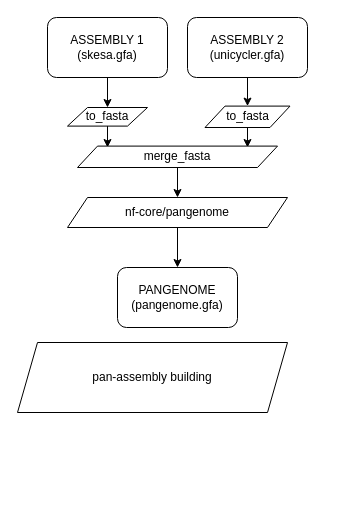
This is misc/Untitled Diagram.drawio from msgr0/pangebin, a draw.io file, before an edit. Source tidied: cells renumbered, new cells numbered last; positions are measured from the earlier drawing's top-left corner, leaving out a move shared by most shapes. Both pictures are drawn from the tidied source at 100%, with x=0, y=0 at pixel (17, 17).
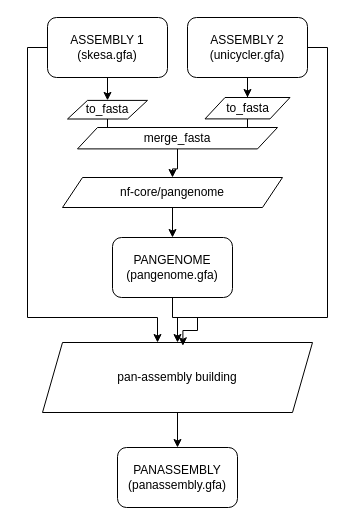
The same diagram, later.

The change refers to these unchanged cells:
```xml
<mxCell id="3" value="ASSEMBLY 1&lt;div&gt;(skesa.gfa)&lt;/div&gt;" style="rounded=1;whiteSpace=wrap;html=1;" parent="1" vertex="1">
  <mxGeometry x="30" width="120" height="60" as="geometry" />
</mxCell>
<mxCell id="5" value="ASSEMBLY 2&lt;div&gt;(unicycler.gfa)&lt;/div&gt;" style="rounded=1;whiteSpace=wrap;html=1;" parent="1" vertex="1">
  <mxGeometry x="170" width="120" height="60" as="geometry" />
</mxCell>
```

Diff of the diagram source:
```diff
@@
+    <mxCell id="16" style="edgeStyle=orthogonalEdgeStyle;rounded=0;jettySize=auto;html=1;entryX=0.426;entryY=0;entryDx=0;entryDy=0;entryPerimeter=0;" parent="1" edge="1" source="3" target="8">
+      <mxGeometry relative="1" as="geometry">
+        <Array as="points">
+          <mxPoint x="10" y="30" />
+          <mxPoint x="10" y="300" />
+          <mxPoint x="140" y="300" />
+        </Array>
+      </mxGeometry>
+    </mxCell>
@@
+    <mxCell id="17" style="edgeStyle=orthogonalEdgeStyle;rounded=0;jettySize=auto;html=1;" parent="1" edge="1" source="5" target="8">
+      <mxGeometry relative="1" as="geometry">
+        <Array as="points">
+          <mxPoint x="310" y="30" />
+          <mxPoint x="310" y="300" />
+          <mxPoint x="160" y="300" />
+        </Array>
+      </mxGeometry>
+    </mxCell>
@@
     <mxCell id="7" value="nf-core/pangenome" style="shape=parallelogram;perimeter=parallelogramPerimeter;whiteSpace=wrap;html=1;fixedSize=1;" parent="1" vertex="1">
-      <mxGeometry x="50" y="180" width="220" height="30" as="geometry" />
+      <mxGeometry x="45" y="160" width="220" height="30" as="geometry" />
     </mxCell>
+    <mxCell id="18" style="edgeStyle=orthogonalEdgeStyle;rounded=0;jettySize=auto;html=1;" parent="1" edge="1" source="8" target="20">
+      <mxGeometry relative="1" as="geometry" />
+    </mxCell>
     <mxCell id="8" value="pan-assembly building" style="shape=parallelogram;perimeter=parallelogramPerimeter;whiteSpace=wrap;html=1;fixedSize=1;" parent="1" vertex="1">
-      <mxGeometry y="325" width="270" height="70" as="geometry" />
+      <mxGeometry x="25" y="325" width="270" height="70" as="geometry" />
     </mxCell>
     <mxCell id="9" value="&lt;div&gt;PANGENOME&lt;/div&gt;&lt;div&gt;(pangenome.gfa)&lt;/div&gt;" style="rounded=1;whiteSpace=wrap;html=1;" parent="1" vertex="1">
-      <mxGeometry x="100" y="250" width="120" height="60" as="geometry" />
+      <mxGeometry x="95" y="220" width="120" height="60" as="geometry" />
     </mxCell>
@@
     <mxCell id="11" value="to_fasta" style="shape=parallelogram;perimeter=parallelogramPerimeter;whiteSpace=wrap;html=1;fixedSize=1;" parent="1" vertex="1">
-      <mxGeometry x="50" y="90" width="80" height="18.6" as="geometry" />
+      <mxGeometry x="50" y="82.9" width="80" height="18.6" as="geometry" />
     </mxCell>
@@
     <mxCell id="13" value="to_fasta" style="shape=parallelogram;perimeter=parallelogramPerimeter;whiteSpace=wrap;html=1;fixedSize=1;" parent="1" vertex="1">
-      <mxGeometry x="187.5" y="88.6" width="85" height="21.4" as="geometry" />
+      <mxGeometry x="187.5" y="80" width="85" height="21.4" as="geometry" />
     </mxCell>
@@
     <mxCell id="15" value="merge_fasta" style="shape=parallelogram;perimeter=parallelogramPerimeter;whiteSpace=wrap;html=1;fixedSize=1;" parent="1" vertex="1">
-      <mxGeometry x="60" y="128.6" width="200" height="21.4" as="geometry" />
+      <mxGeometry x="60" y="110" width="200" height="21.4" as="geometry" />
     </mxCell>
+    <mxCell id="19" style="edgeStyle=orthogonalEdgeStyle;rounded=0;jettySize=auto;html=1;entryX=0.52;entryY=0.047;entryDx=0;entryDy=0;entryPerimeter=0;" parent="1" edge="1" source="9" target="8">
+      <mxGeometry relative="1" as="geometry">
+        <Array as="points">
+          <mxPoint x="155" y="300" />
+          <mxPoint x="180" y="300" />
+          <mxPoint x="180" y="313" />
+        </Array>
+      </mxGeometry>
+    </mxCell>
+    <mxCell id="20" value="&lt;div&gt;PANASSEMBLY&lt;/div&gt;&lt;div&gt;(panassembly.gfa)&lt;br&gt;&lt;/div&gt;" style="rounded=1;whiteSpace=wrap;html=1;" parent="1" vertex="1">
+      <mxGeometry x="100" y="430" width="120" height="60" as="geometry" />
+    </mxCell>
```
